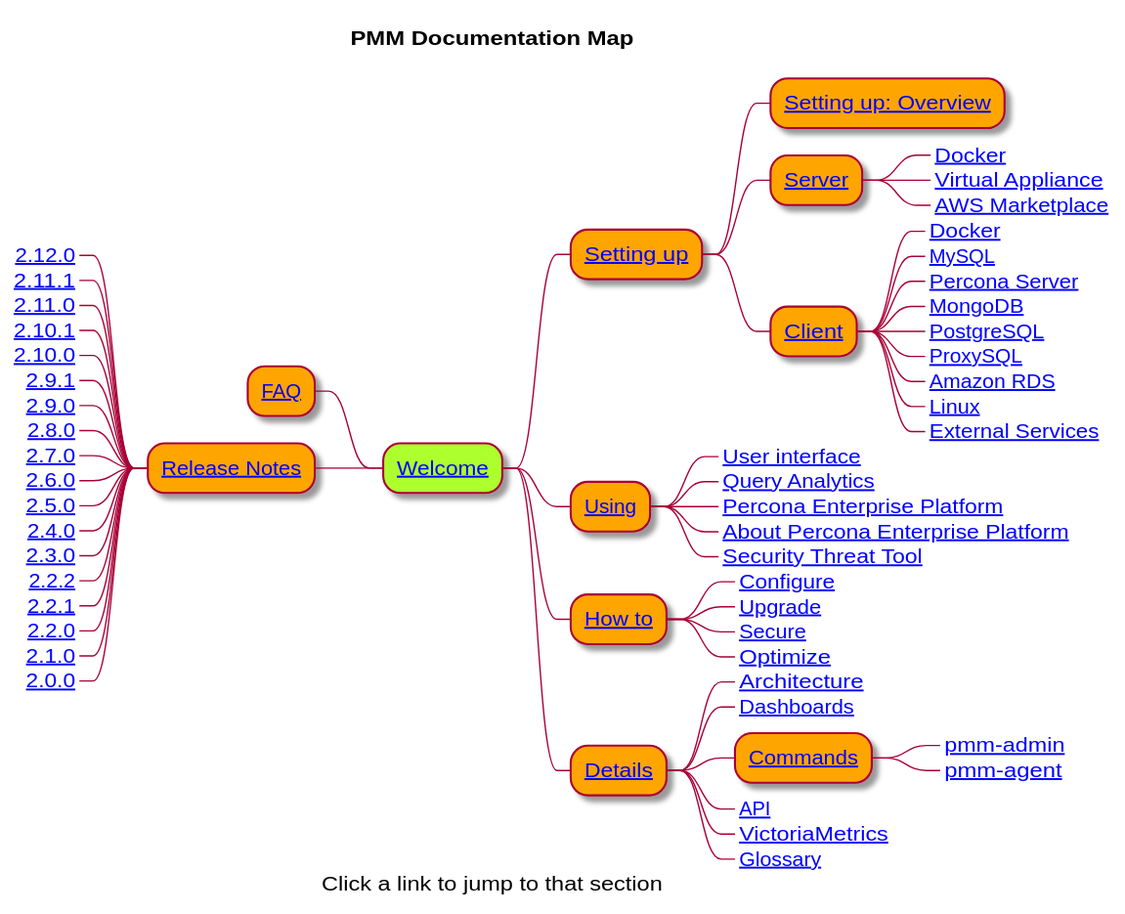
Above: docs/_images/PMM_Documentation_Map.svg in percona/pmm-doc (PlantUML), before the change.
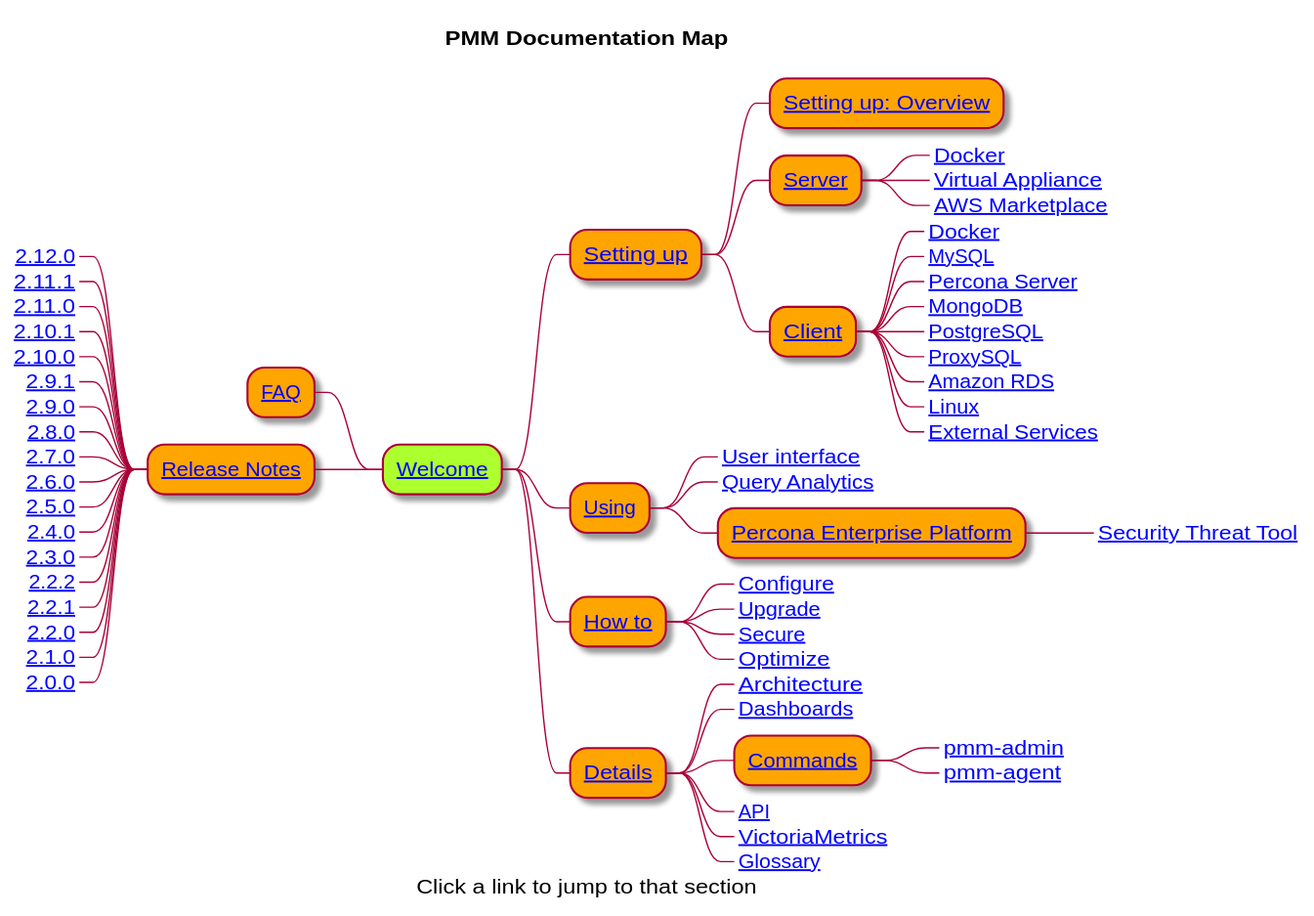
The same diagram one commit later.

Commit message:
Correct Platform hierarchy and prominence

Diff of the diagram source:
```diff
@@ -31,9 +31,8 @@
 ** [[https://www.percona.com/doc/percona-monitoring-and-management/2.x/using/ Using]]
 ***_ [[https://www.percona.com/doc/percona-monitoring-and-management/2.x/using/interface.html User interface]]
 ***_ [[https://www.percona.com/doc/percona-monitoring-and-management/2.x/using/query-analytics.html Query Analytics]]
-***_ [[https://www.percona.com/doc/percona-monitoring-and-management/2.x/using/platform/ Percona Enterprise Platform]]
-***_ [[https://www.percona.com/doc/percona-monitoring-and-management/2.x/using/platform/ About Percona Enterprise Platform]]
-***_ [[https://www.percona.com/doc/percona-monitoring-and-management/2.x/using/platform/security-threat-tool.html Security Threat Tool]]
+*** [[https://www.percona.com/doc/percona-monitoring-and-management/2.x/using/platform/ Percona Enterprise Platform]]
+****_ [[https://www.percona.com/doc/percona-monitoring-and-management/2.x/using/platform/security-threat-tool.html Security Threat Tool]]
 ** [[https://www.percona.com/doc/percona-monitoring-and-management/2.x/how-to/ How to]]
 ***_ [[https://www.percona.com/doc/percona-monitoring-and-management/2.x/how-to/configure.html Configure]]
 ***_ [[https://www.percona.com/doc/percona-monitoring-and-management/2.x/how-to/upgrade.html Upgrade]]
```
